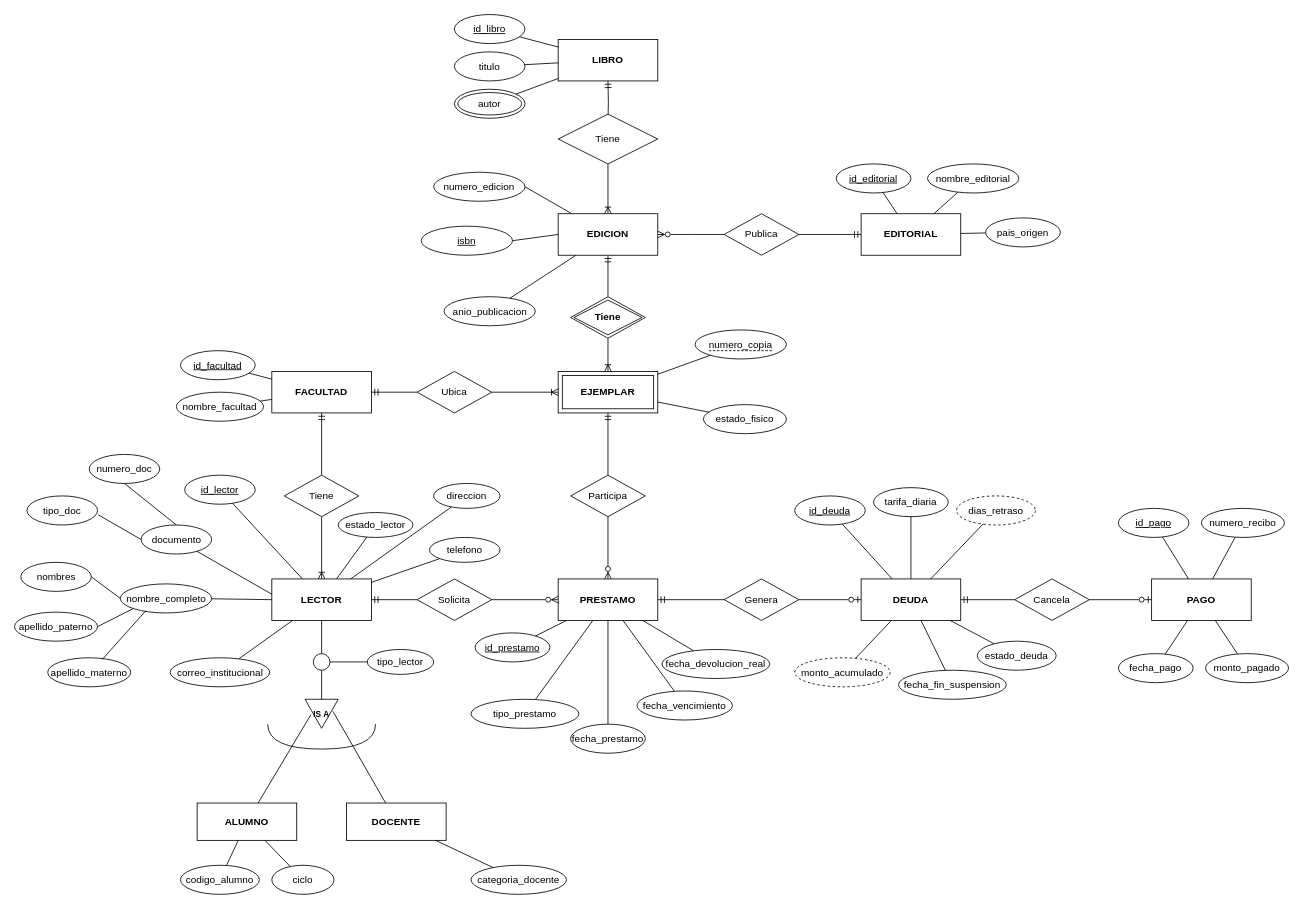
Cjoshue18/ProyectoBibliotecaBD keeps this draw.io diagram as docs/ModeloConceptual.drawio. Above is the earlier version. Source tidied: cells renumbered, new cells numbered last; positions are measured from the earlier drawing's top-left corner, leaving out a move shared by most shapes. Both pictures are drawn from the tidied source at 83%, with x=0, y=0 at pixel (14, 14).
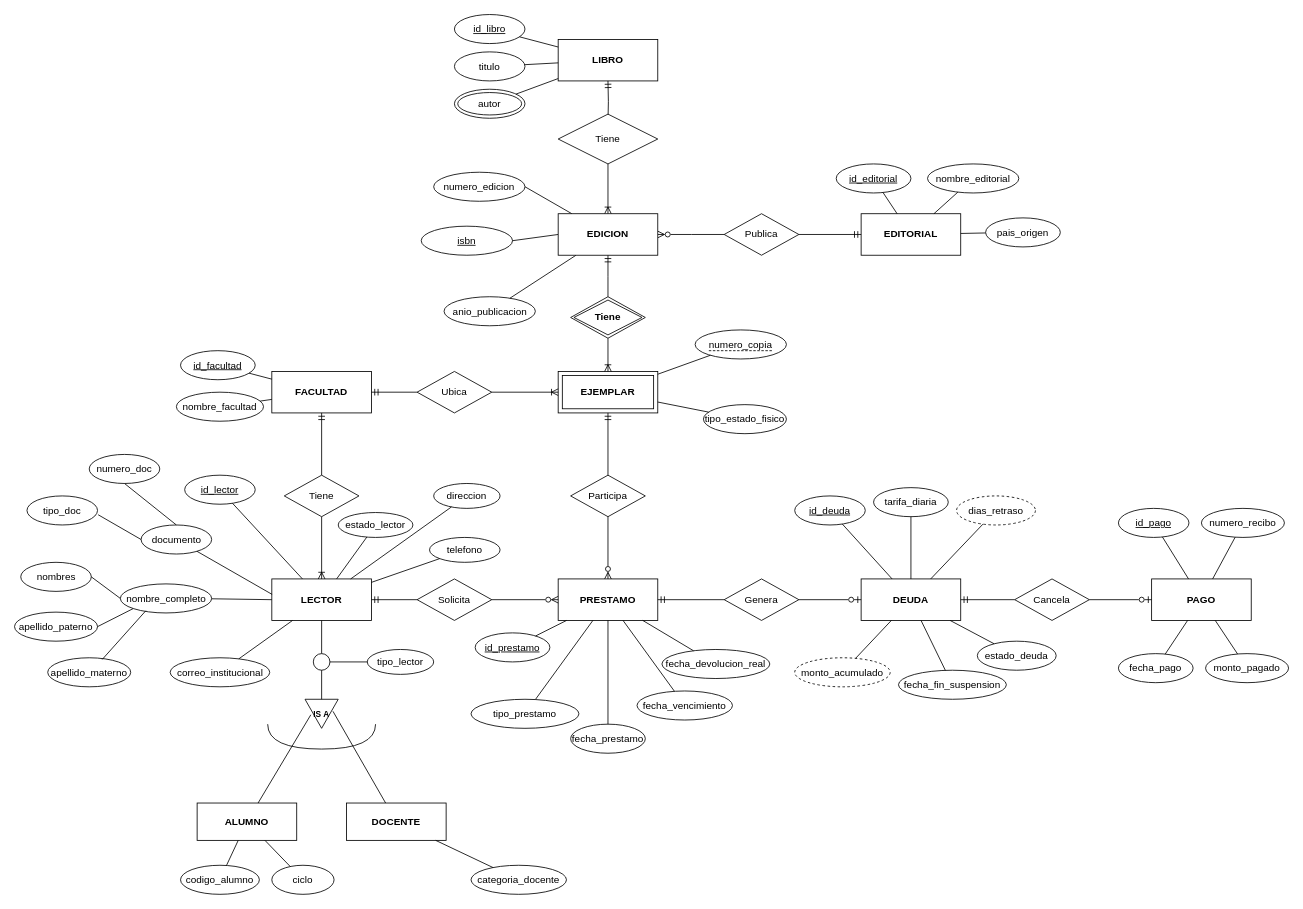
After the change.

Commit message (it also covers changes not shown here):
docs(modelo): unificar atributos, reglas de negocio y corregir sintaxis DDL

Change to the diagram source:
```diff
@@
-    <mxCell id="58" value="estado_fisico" style="ellipse;whiteSpace=wrap;html=1;fillColor=#ffffff;strokeColor=#000000;" parent="1" vertex="1">
+    <mxCell id="58" value="tipo_estado_fisico" style="ellipse;whiteSpace=wrap;html=1;fillColor=#ffffff;strokeColor=#000000;" parent="1" vertex="1">
       <mxGeometry x="830" y="470" width="100" height="35" as="geometry" />
     </mxCell>
```
